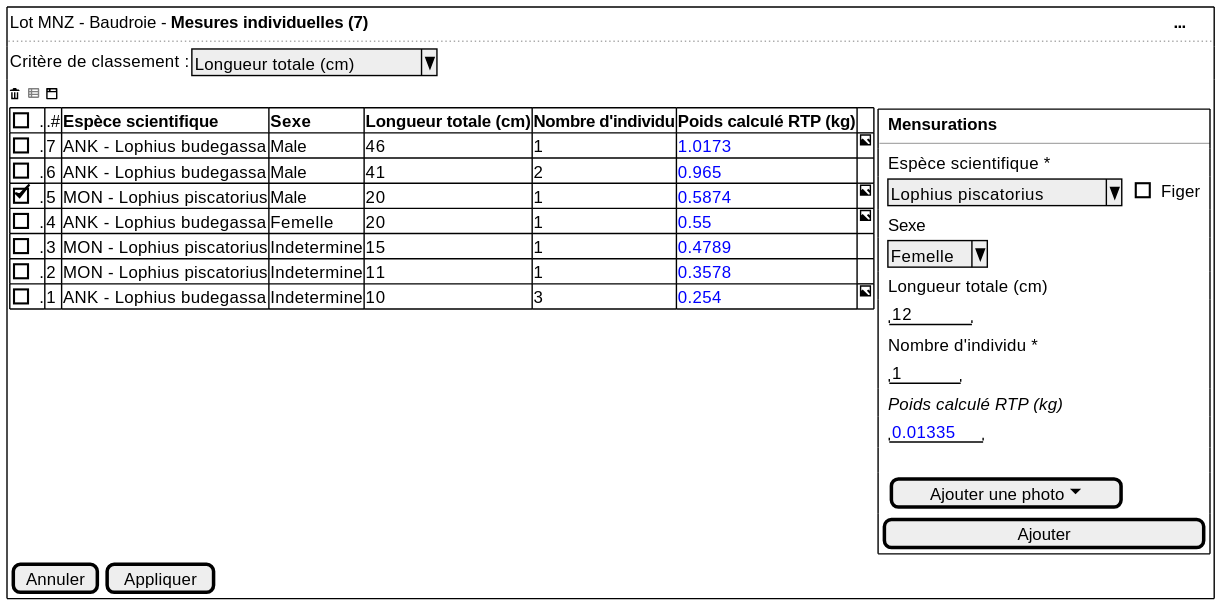
Before: projects/common/spe/images/individual-measures.svg, a diagram exported from PlantUML (sumaris-net/sumaris-doc).
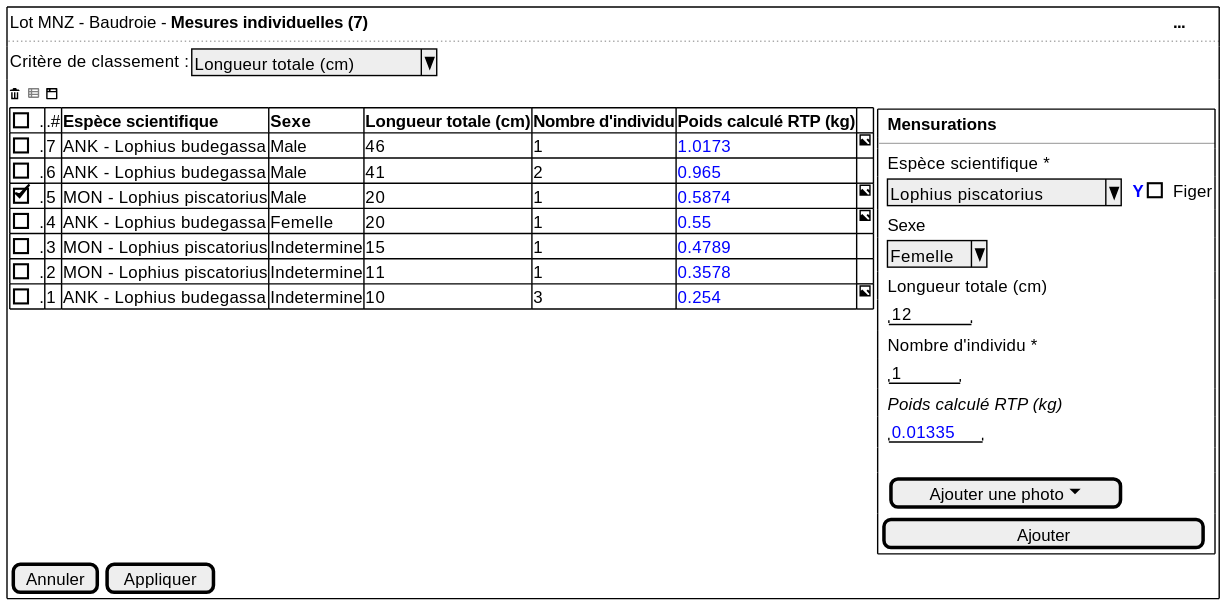
Later version of the same file.

The edit, as a diff of the source:
```diff
@@ -24,7 +24,7 @@
         { | . |  <b>Mensurations  | . | . | . | . | . }
         --
         { | . | Espèce scientifique * | . }
-        { | . | ^Lophius piscatorius^| .  | [ ] Figer }
+        { | . | ^Lophius piscatorius^| .  | <color:blue><b>Y | [ ] Figer }
 
         { | . | Sexe  | . }
         { | . | ^Femelle^  }
```
